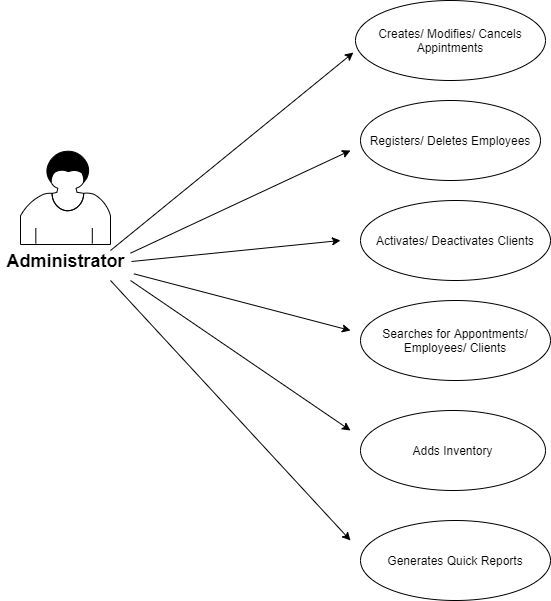
Before: Diagrams/Use Cases Diagrams/Admin.png, a diagram exported from draw.io (kkasharaj17/SE-project). Source tidied: cells renumbered, new cells last; positions are measured from the earlier drawing's top-left corner, leaving out a move shared by most shapes.
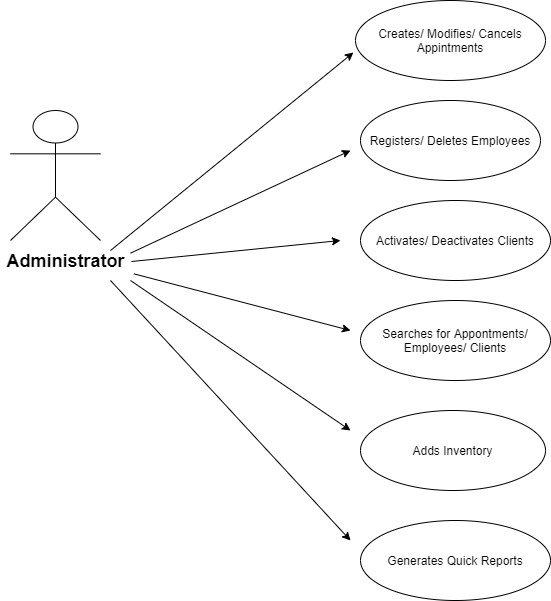
The same diagram one commit later.

Diff of the diagram source:
```diff
@@ -8,9 +8,6 @@
     <mxCell id="3" value="Registers/ Deletes Employees" style="ellipse;whiteSpace=wrap;html=1;" parent="1" vertex="1">
       <mxGeometry x="360" y="100" width="180" height="80" as="geometry" />
     </mxCell>
-    <mxCell id="4" style="shape=mxgraph.bpmn.user_task;html=1;" parent="1" vertex="1">
-      <mxGeometry x="20" y="150" width="90" height="94" as="geometry" />
-    </mxCell>
     <mxCell id="5" value="&lt;b&gt;&lt;font style=&quot;font-size: 18px&quot;&gt;Administrator&lt;/font&gt;&lt;/b&gt;" style="text;html=1;align=center;verticalAlign=middle;points=[];" parent="1" vertex="1">
       <mxGeometry y="251" width="130" height="20" as="geometry" />
     </mxCell>
@@ -62,5 +59,8 @@
         <mxPoint x="350" y="540" as="targetPoint" />
       </mxGeometry>
     </mxCell>
+    <mxCell id="17" style="shape=umlActor;verticalLabelPosition=bottom;labelBackgroundColor=#ffffff;verticalAlign=top;html=1;" parent="1" vertex="1">
+      <mxGeometry x="10" y="110" width="90" height="130" as="geometry" />
+    </mxCell>
   </root>
 </mxGraphModel>
```
